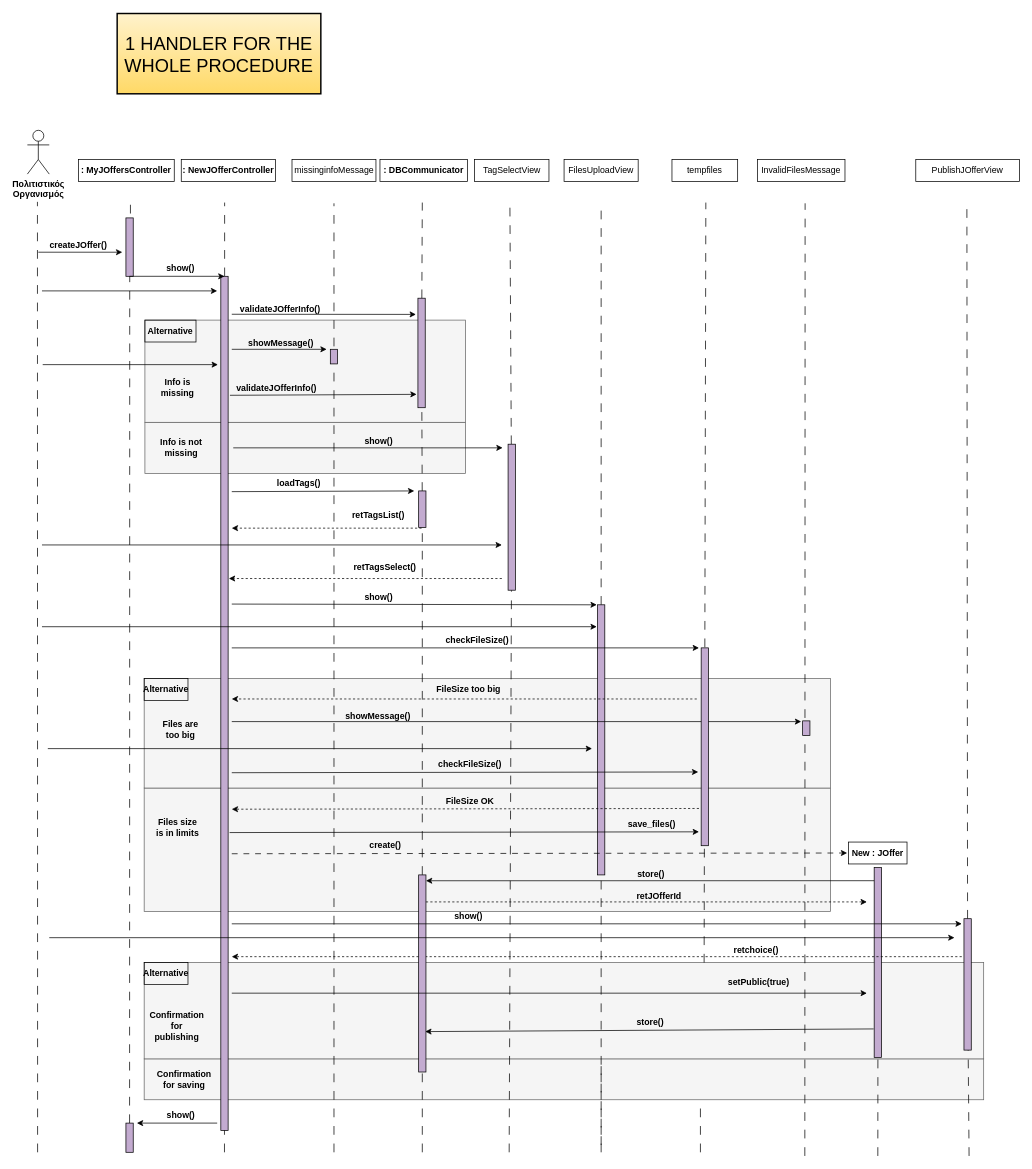
The draw.io diagram page "Page-2" (2 of 2) of Phase-6/TempFiles/Diagrams/JobOffers_Sequence_v1.drawio in sfikastheo/CEID-SoftwareEngineering-2023, before the edit. Source tidied: cells renumbered, new cells numbered last; positions are measured from the earlier drawing's top-left corner, leaving out a move shared by most shapes. Both pictures are drawn from the tidied source at 73%, with x=0, y=0 at pixel (27, 13).
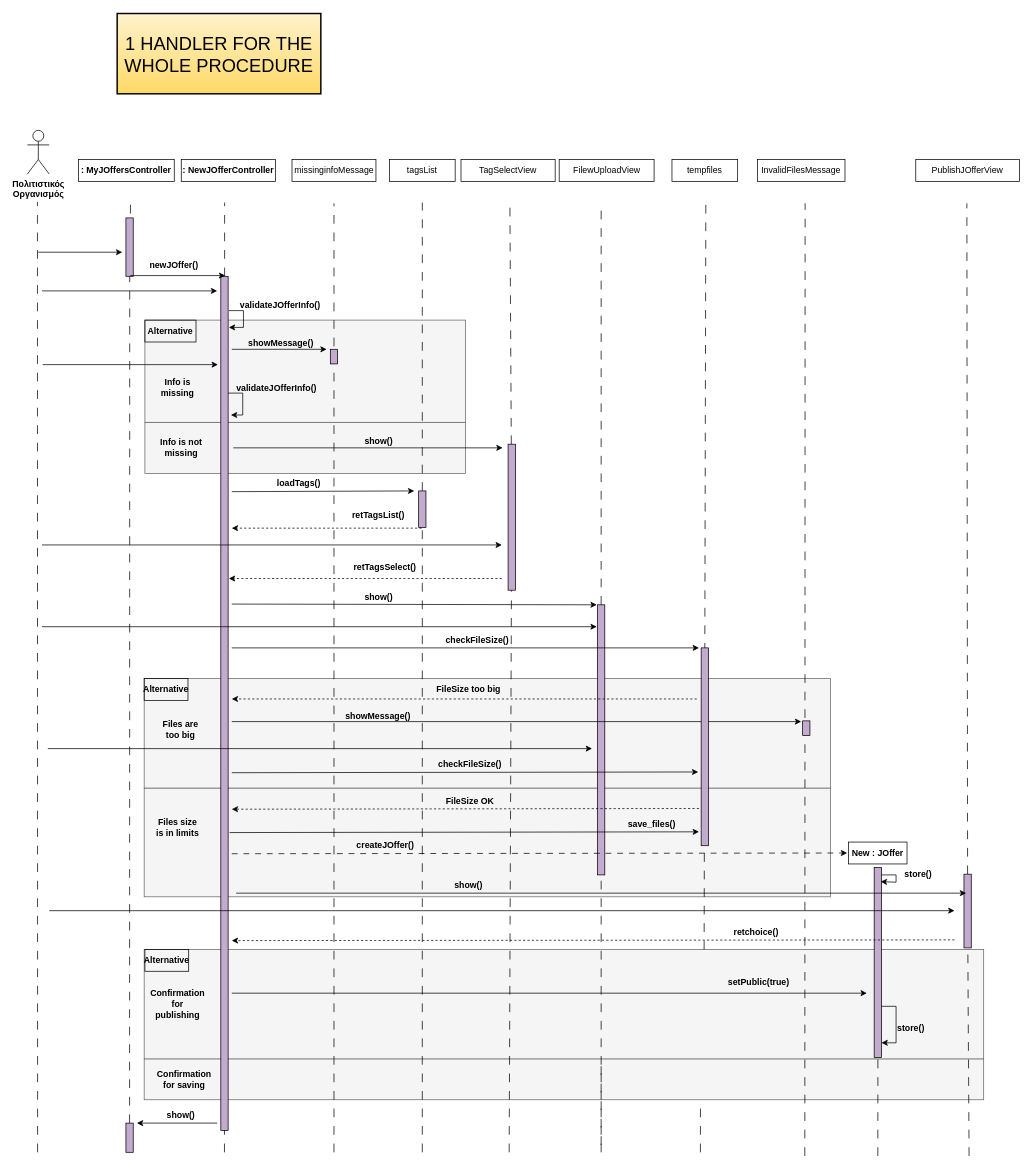
Above is the later version.

The change refers to these unchanged cells:
```xml
<mxCell id="22" style="rounded=0;whiteSpace=wrap;html=1;fillColor=#C3ABD0;strokeColor=#000000;" parent="1" vertex="1">
  <mxGeometry x="536" y="654" width="10" height="50" as="geometry" />
</mxCell>
<mxCell id="29" style="rounded=0;whiteSpace=wrap;html=1;fillColor=#C3ABD0;strokeColor=#000000;" parent="1" vertex="1">
  <mxGeometry x="1160" y="1170" width="10" height="260" as="geometry" />
</mxCell>
```

Diff of the diagram source:
```diff
@@
     <mxCell id="2" style="rounded=0;whiteSpace=wrap;html=1;fillColor=#f5f5f5;fontColor=#333333;strokeColor=#666666;" parent="1" vertex="1">
-      <mxGeometry x="160" y="1061" width="940" height="169" as="geometry" />
+      <mxGeometry x="160" y="1061" width="940" height="149" as="geometry" />
     </mxCell>
@@
     <mxCell id="5" style="rounded=0;whiteSpace=wrap;html=1;fillColor=#f5f5f5;fontColor=#333333;strokeColor=#666666;" parent="1" vertex="1">
-      <mxGeometry x="160" y="1300" width="1150" height="132" as="geometry" />
+      <mxGeometry x="160" y="1282" width="1150" height="150" as="geometry" />
     </mxCell>
@@
-    <mxCell id="12" value="createJOffer()" style="text;html=1;strokeColor=none;fillColor=none;align=center;verticalAlign=middle;whiteSpace=wrap;rounded=0;fontStyle=1;" parent="1" vertex="1">
-      <mxGeometry x="40" y="303" width="60" height="30" as="geometry" />
-    </mxCell>
-    <mxCell id="13" style="endArrow=none;dashed=1;html=1;rounded=0;dashPattern=12 12;" parent="1" edge="1" source="112">
+    <mxCell id="13" style="endArrow=none;dashed=1;html=1;rounded=0;dashPattern=12 12;" parent="1" edge="1" source="22">
       <mxGeometry relative="1" as="geometry">
         <mxPoint x="541" y="259" as="targetPoint" />
       </mxGeometry>
     </mxCell>
@@
-    <mxCell id="17" value="show()" style="text;html=1;strokeColor=none;fillColor=none;align=center;verticalAlign=middle;whiteSpace=wrap;rounded=0;fontStyle=1;" parent="1" vertex="1">
-      <mxGeometry x="165" y="334" width="90" height="30" as="geometry" />
+    <mxCell id="17" value="newJOffer()" style="text;html=1;strokeColor=none;fillColor=none;align=center;verticalAlign=middle;whiteSpace=wrap;rounded=0;fontStyle=1;" parent="1" vertex="1">
+      <mxGeometry x="156" y="330" width="90" height="30" as="geometry" />
     </mxCell>
@@
     <mxCell id="19" style="endArrow=classic;html=1;rounded=0;entryX=0.5;entryY=0;entryDx=0;entryDy=0;" parent="1" edge="1">
       <mxGeometry relative="1" as="geometry">
-        <mxPoint x="140" y="360" as="sourcePoint" />
-        <mxPoint x="270" y="360" as="targetPoint" />
+        <mxPoint x="141" y="359" as="sourcePoint" />
+        <mxPoint x="271" y="359" as="targetPoint" />
       </mxGeometry>
     </mxCell>
@@
-    <mxCell id="21" style="endArrow=none;dashed=1;html=1;rounded=0;dashPattern=12 12;" parent="1" edge="1" source="104" target="22">
-      <mxGeometry relative="1" as="geometry" />
+    <mxCell id="21" style="endArrow=none;dashed=1;html=1;rounded=0;dashPattern=12 12;" parent="1" edge="1" target="22">
+      <mxGeometry relative="1" as="geometry">
+        <mxPoint x="541" y="1560" as="sourcePoint" />
+      </mxGeometry>
     </mxCell>
@@
     <mxCell id="25" value="validateJOfferInfo()" style="text;html=1;align=center;verticalAlign=middle;strokeColor=none;fillColor=none;fontStyle=1;spacing=0;" parent="1" vertex="1">
-      <mxGeometry x="281" y="395" width="130" height="20" as="geometry" />
+      <mxGeometry x="281" y="390" width="130" height="20" as="geometry" />
     </mxCell>
@@
     <mxCell id="31" style="rounded=0;whiteSpace=wrap;html=1;fillColor=#C3ABD0;strokeColor=#000000;" parent="1" vertex="1">
-      <mxGeometry x="1283" y="1240" width="10" height="180" as="geometry" />
+      <mxGeometry x="1283" y="1179" width="10" height="101" as="geometry" />
     </mxCell>
@@
+    <mxCell id="117" style="endArrow=classic;html=1;rounded=0;" parent="1" edge="1">
+      <mxGeometry relative="1" as="geometry">
+        <mxPoint x="276" y="407" as="sourcePoint" />
+        <mxPoint x="276" y="430" as="targetPoint" />
+        <Array as="points">
+          <mxPoint x="296" y="407" />
+          <mxPoint x="296" y="430" />
+        </Array>
+      </mxGeometry>
+    </mxCell>
@@
+    <mxCell id="118" style="endArrow=classic;html=1;rounded=0;entryX=1.283;entryY=0.188;entryDx=0;entryDy=0;entryPerimeter=0;" parent="1" edge="1">
+      <mxGeometry relative="1" as="geometry">
+        <mxPoint x="275" y="520" as="sourcePoint" />
+        <mxPoint x="278.8" y="550" as="targetPoint" />
+        <Array as="points">
+          <mxPoint x="295" y="520" />
+          <mxPoint x="295" y="550" />
+        </Array>
+      </mxGeometry>
+    </mxCell>
@@
+    <mxCell id="108" style="endArrow=classic;html=1;rounded=0;" parent="1" edge="1">
+      <mxGeometry relative="1" as="geometry">
+        <mxPoint x="286" y="1205" as="sourcePoint" />
+        <mxPoint x="1286" y="1205" as="targetPoint" />
+      </mxGeometry>
+    </mxCell>
-    <mxCell id="62" value="create()" style="text;html=1;align=center;verticalAlign=middle;strokeColor=none;fillColor=none;fontStyle=1;spacing=0;" parent="1" vertex="1">
-      <mxGeometry x="460" y="1129" width="60" height="20" as="geometry" />
+    <mxCell id="62" value="createJOffer()" style="text;html=1;align=center;verticalAlign=middle;strokeColor=none;fillColor=none;fontStyle=1;spacing=0;" parent="1" vertex="1">
+      <mxGeometry x="440" y="1129" width="100" height="20" as="geometry" />
     </mxCell>
     <mxCell id="63" value="show()" style="text;html=1;align=center;verticalAlign=middle;strokeColor=none;fillColor=none;fontStyle=1;spacing=0;" parent="1" vertex="1">
-      <mxGeometry x="573.5" y="1227" width="60" height="20" as="geometry" />
+      <mxGeometry x="573.5" y="1185" width="60" height="20" as="geometry" />
     </mxCell>
+    <mxCell id="105" style="endArrow=classic;html=1;" parent="1" edge="1">
+      <mxGeometry relative="1" as="geometry">
+        <mxPoint x="30" y="1229" as="sourcePoint" />
+        <mxPoint x="1270" y="1229" as="targetPoint" />
+      </mxGeometry>
+    </mxCell>
     <mxCell id="64" value="Alternative" style="text;html=1;strokeColor=default;fillColor=none;align=center;verticalAlign=middle;whiteSpace=wrap;rounded=0;fontStyle=1;" parent="1" vertex="1">
-      <mxGeometry x="160" y="1300" width="60" height="30" as="geometry" />
+      <mxGeometry x="161" y="1282" width="60" height="30" as="geometry" />
     </mxCell>
     <mxCell id="65" value="Confirmation for publishing" style="text;html=1;strokeColor=none;fillColor=none;align=center;verticalAlign=middle;whiteSpace=wrap;rounded=0;fontStyle=1;" parent="1" vertex="1">
-      <mxGeometry x="165" y="1372" width="80" height="30" as="geometry" />
+      <mxGeometry x="166" y="1342" width="80" height="30" as="geometry" />
     </mxCell>
+    <mxCell id="106" style="endArrow=classic;html=1;rounded=0;" parent="1" edge="1">
+      <mxGeometry relative="1" as="geometry">
+        <mxPoint x="280" y="1342" as="sourcePoint" />
+        <mxPoint x="1150" y="1342" as="targetPoint" />
+      </mxGeometry>
+    </mxCell>
@@
     <mxCell id="84" style="endArrow=classic;html=1;rounded=0;dashed=1;" parent="1" edge="1">
       <mxGeometry relative="1" as="geometry">
-        <mxPoint x="1280" y="1292" as="sourcePoint" />
-        <mxPoint x="280" y="1292" as="targetPoint" />
+        <mxPoint x="1270" y="1269" as="sourcePoint" />
+        <mxPoint x="280" y="1270" as="targetPoint" />
       </mxGeometry>
     </mxCell>
     <mxCell id="85" value="retchoice()" style="text;html=1;align=center;verticalAlign=middle;strokeColor=none;fillColor=none;fontStyle=1;spacing=0;" parent="1" vertex="1">
-      <mxGeometry x="958" y="1273" width="80" height="20" as="geometry" />
+      <mxGeometry x="958" y="1249" width="80" height="20" as="geometry" />
     </mxCell>
@@
     <mxCell id="91" value="TagSelectView" style="rounded=0;whiteSpace=wrap;html=1;fontStyle=0;" parent="1" vertex="1">
-      <mxGeometry x="612.5" y="200" width="102" height="30" as="geometry" />
+      <mxGeometry x="594" y="200" width="129" height="30" as="geometry" />
     </mxCell>
-    <mxCell id="92" value="FilesUploadView" style="rounded=0;whiteSpace=wrap;html=1;fontStyle=0;" parent="1" vertex="1">
-      <mxGeometry x="735.2" y="200" width="101.5" height="30" as="geometry" />
+    <mxCell id="92" value="FilewUploadView" style="rounded=0;whiteSpace=wrap;html=1;fontStyle=0;" parent="1" vertex="1">
+      <mxGeometry x="728.5" y="200" width="130" height="30" as="geometry" />
     </mxCell>
@@
-    <mxCell id="94" value=": DBCommunicator" style="rounded=0;whiteSpace=wrap;html=1;fontStyle=1;" parent="1" vertex="1">
-      <mxGeometry x="483" y="200" width="120" height="30" as="geometry" />
+    <mxCell id="94" value="tagsList" style="rounded=0;whiteSpace=wrap;html=1;" parent="1" vertex="1">
+      <mxGeometry x="496" y="200" width="90" height="30" as="geometry" />
     </mxCell>
@@
+    <mxCell id="119" style="endArrow=classic;html=1;rounded=0;entryX=0.9;entryY=0.074;entryDx=0;entryDy=0;entryPerimeter=0;" parent="1" edge="1" target="29">
+      <mxGeometry relative="1" as="geometry">
+        <mxPoint x="1170" y="1180" as="sourcePoint" />
+        <Array as="points">
+          <mxPoint x="1190" y="1180" />
+          <mxPoint x="1190" y="1190" />
+        </Array>
+      </mxGeometry>
+    </mxCell>
+    <mxCell id="120" style="endArrow=classic;html=1;rounded=0;" parent="1" edge="1">
+      <mxGeometry relative="1" as="geometry">
+        <mxPoint x="1170" y="1360" as="sourcePoint" />
+        <mxPoint x="1170" y="1410" as="targetPoint" />
+        <Array as="points">
+          <mxPoint x="1190" y="1360" />
+          <mxPoint x="1190" y="1410" />
+        </Array>
+      </mxGeometry>
+    </mxCell>
+    <mxCell id="109" value="store()" style="text;html=1;align=center;verticalAlign=middle;strokeColor=none;fillColor=none;fontStyle=1;spacing=0;" parent="1" vertex="1">
+      <mxGeometry x="1190" y="1170" width="60" height="20" as="geometry" />
+    </mxCell>
     <mxCell id="102" value="store()" style="text;html=1;align=center;verticalAlign=middle;strokeColor=none;fillColor=none;fontStyle=1;spacing=0;" parent="1" vertex="1">
-      <mxGeometry x="823" y="1372" width="60" height="20" as="geometry" />
+      <mxGeometry x="1180" y="1380" width="60" height="20" as="geometry" />
     </mxCell>
-    <mxCell id="103" style="endArrow=none;dashed=1;html=1;rounded=0;dashPattern=12 12;" parent="1" edge="1" target="104">
-      <mxGeometry relative="1" as="geometry">
-        <mxPoint x="541" y="1560" as="sourcePoint" />
-      </mxGeometry>
-    </mxCell>
-    <mxCell id="104" style="rounded=0;whiteSpace=wrap;html=1;fillColor=#C3ABD0;strokeColor=#000000;" parent="1" vertex="1">
-      <mxGeometry x="536" y="1180" width="10" height="270" as="geometry" />
-    </mxCell>
-    <mxCell id="105" style="endArrow=classic;html=1;" parent="1" edge="1">
-      <mxGeometry relative="1" as="geometry">
-        <mxPoint x="30" y="1266" as="sourcePoint" />
-        <mxPoint x="1270" y="1266" as="targetPoint" />
-      </mxGeometry>
-    </mxCell>
-    <mxCell id="106" style="endArrow=classic;html=1;rounded=0;" parent="1" edge="1">
-      <mxGeometry relative="1" as="geometry">
-        <mxPoint x="280" y="1342" as="sourcePoint" />
-        <mxPoint x="1150" y="1342" as="targetPoint" />
-      </mxGeometry>
-    </mxCell>
-    <mxCell id="107" style="endArrow=classic;html=1;rounded=0;exitX=-0.071;exitY=0.85;exitDx=0;exitDy=0;exitPerimeter=0;entryX=0.9;entryY=0.795;entryDx=0;entryDy=0;entryPerimeter=0;" parent="1" edge="1" source="29" target="104">
-      <mxGeometry relative="1" as="geometry" />
-    </mxCell>
-    <mxCell id="108" style="endArrow=classic;html=1;rounded=0;" parent="1" edge="1">
-      <mxGeometry relative="1" as="geometry">
-        <mxPoint x="280" y="1247" as="sourcePoint" />
-        <mxPoint x="1280" y="1247" as="targetPoint" />
-      </mxGeometry>
-    </mxCell>
-    <mxCell id="109" value="store()" style="text;html=1;align=center;verticalAlign=middle;strokeColor=none;fillColor=none;fontStyle=1;spacing=0;" parent="1" vertex="1">
-      <mxGeometry x="824" y="1169" width="60" height="20" as="geometry" />
-    </mxCell>
-    <mxCell id="110" style="endArrow=classic;html=1;rounded=0;entryX=0.9;entryY=0.795;entryDx=0;entryDy=0;entryPerimeter=0;exitX=0;exitY=0.069;exitDx=0;exitDy=0;exitPerimeter=0;" parent="1" edge="1" source="29">
-      <mxGeometry relative="1" as="geometry">
-        <mxPoint x="546" y="1188" as="targetPoint" />
-      </mxGeometry>
-    </mxCell>
-    <mxCell id="111" style="endArrow=none;dashed=1;html=1;rounded=0;dashPattern=12 12;" parent="1" edge="1" source="22" target="112">
-      <mxGeometry relative="1" as="geometry" />
-    </mxCell>
-    <mxCell id="112" style="rounded=0;whiteSpace=wrap;html=1;fillColor=#C3ABD0;strokeColor=#000000;" parent="1" vertex="1">
-      <mxGeometry x="535" y="390" width="10" height="150" as="geometry" />
-    </mxCell>
-    <mxCell id="113" style="endArrow=classic;html=1;rounded=0;entryX=-0.276;entryY=0.148;entryDx=0;entryDy=0;entryPerimeter=0;" parent="1" edge="1" target="112">
-      <mxGeometry relative="1" as="geometry">
-        <mxPoint x="280" y="412" as="sourcePoint" />
-      </mxGeometry>
-    </mxCell>
-    <mxCell id="114" style="endArrow=classic;html=1;rounded=0;exitX=1.248;exitY=0.147;exitDx=0;exitDy=0;exitPerimeter=0;entryX=-0.181;entryY=0.938;entryDx=0;entryDy=0;entryPerimeter=0;" parent="1" edge="1">
-      <mxGeometry relative="1" as="geometry">
-        <mxPoint x="277.5" y="523" as="sourcePoint" />
-        <mxPoint x="533.2" y="521.7" as="targetPoint" />
-      </mxGeometry>
-    </mxCell>
-    <mxCell id="115" style="endArrow=classic;html=1;rounded=0;dashed=1;" parent="1" edge="1">
-      <mxGeometry relative="1" as="geometry">
-        <mxPoint x="546" y="1217" as="sourcePoint" />
-        <mxPoint x="1150" y="1217" as="targetPoint" />
-      </mxGeometry>
-    </mxCell>
-    <mxCell id="116" value="retJOfferId" style="text;html=1;align=center;verticalAlign=middle;strokeColor=none;fillColor=none;fontStyle=1;spacing=0;" parent="1" vertex="1">
-      <mxGeometry x="825" y="1200" width="80" height="20" as="geometry" />
-    </mxCell>
```
